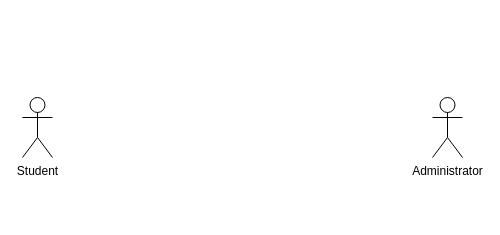
Before: figures/use-case.drawio in lukaskratzel/ba, a draw.io diagram. Source tidied: cells renumbered, new cells numbered last; positions are measured from the earlier drawing's top-left corner, leaving out a move shared by most shapes. Both pictures are drawn from the tidied source at 100%, with x=0, y=0 at pixel (22, 97).
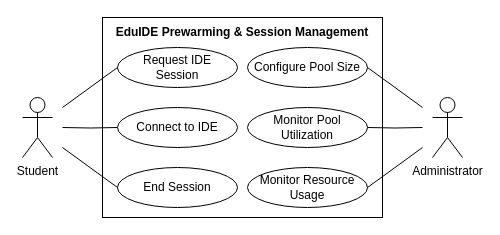
Above is the later version.

What changed in the source:
```diff
@@
+    <mxCell id="4" style="rounded=0;whiteSpace=wrap;html=1;" parent="1" vertex="1">
+      <mxGeometry x="80" y="-80" width="280" height="200" as="geometry" />
+    </mxCell>
+    <mxCell id="5" value="&lt;b&gt;EduIDE Prewarming &amp;amp; Session Management&lt;/b&gt;" style="text;html=1;whiteSpace=wrap;strokeColor=none;fillColor=none;align=center;verticalAlign=middle;rounded=0;" parent="1" vertex="1">
+      <mxGeometry x="80" y="-80" width="280" height="30" as="geometry" />
+    </mxCell>
+    <mxCell id="6" value="Request IDE&lt;div&gt;Session&lt;/div&gt;" style="ellipse;whiteSpace=wrap;html=1;" parent="1" vertex="1">
+      <mxGeometry x="95" y="-50" width="120" height="40" as="geometry" />
+    </mxCell>
+    <mxCell id="7" value="Connect to IDE" style="ellipse;whiteSpace=wrap;html=1;" parent="1" vertex="1">
+      <mxGeometry x="95" y="10" width="120" height="40" as="geometry" />
+    </mxCell>
+    <mxCell id="8" value="Configure Pool Size" style="ellipse;whiteSpace=wrap;html=1;" parent="1" vertex="1">
+      <mxGeometry x="225" y="-50" width="120" height="40" as="geometry" />
+    </mxCell>
+    <mxCell id="9" value="Monitor Resource&lt;div&gt;Usage&lt;/div&gt;" style="ellipse;whiteSpace=wrap;html=1;" parent="1" vertex="1">
+      <mxGeometry x="225" y="70" width="120" height="40" as="geometry" />
+    </mxCell>
+    <mxCell id="10" value="End Session" style="ellipse;whiteSpace=wrap;html=1;" parent="1" vertex="1">
+      <mxGeometry x="95" y="70" width="120" height="40" as="geometry" />
+    </mxCell>
+    <mxCell id="11" value="Monitor Pool Utilization" style="ellipse;whiteSpace=wrap;html=1;" parent="1" vertex="1">
+      <mxGeometry x="225" y="10" width="120" height="40" as="geometry" />
+    </mxCell>
+    <mxCell id="12" style="rounded=0;jettySize=auto;html=1;entryX=0;entryY=0.5;entryDx=0;entryDy=0;endArrow=none;endFill=0;" parent="1" edge="1" target="6">
+      <mxGeometry relative="1" as="geometry">
+        <mxPoint x="40" y="10" as="sourcePoint" />
+      </mxGeometry>
+    </mxCell>
+    <mxCell id="13" style="edgeStyle=orthogonalEdgeStyle;rounded=0;jettySize=auto;html=1;entryX=0;entryY=0.5;entryDx=0;entryDy=0;endArrow=none;endFill=0;" parent="1" edge="1" target="7">
+      <mxGeometry relative="1" as="geometry">
+        <mxPoint x="40" y="30" as="sourcePoint" />
+      </mxGeometry>
+    </mxCell>
+    <mxCell id="14" style="rounded=0;jettySize=auto;html=1;entryX=0;entryY=0.5;entryDx=0;entryDy=0;endArrow=none;endFill=0;" parent="1" edge="1" target="10">
+      <mxGeometry relative="1" as="geometry">
+        <mxPoint x="40" y="50" as="sourcePoint" />
+      </mxGeometry>
+    </mxCell>
+    <mxCell id="15" style="edgeStyle=orthogonalEdgeStyle;rounded=0;jettySize=auto;html=1;entryX=1;entryY=0.5;entryDx=0;entryDy=0;endArrow=none;endFill=0;" parent="1" edge="1" target="11">
+      <mxGeometry relative="1" as="geometry">
+        <mxPoint x="400" y="30" as="sourcePoint" />
+      </mxGeometry>
+    </mxCell>
+    <mxCell id="16" style="rounded=0;jettySize=auto;html=1;entryX=1;entryY=0.5;entryDx=0;entryDy=0;endArrow=none;endFill=0;" parent="1" edge="1" target="8">
+      <mxGeometry relative="1" as="geometry">
+        <mxPoint x="400" y="10" as="sourcePoint" />
+      </mxGeometry>
+    </mxCell>
+    <mxCell id="17" style="rounded=0;jettySize=auto;html=1;entryX=1;entryY=0.5;entryDx=0;entryDy=0;endArrow=none;endFill=0;" parent="1" edge="1" target="9">
+      <mxGeometry relative="1" as="geometry">
+        <mxPoint x="400" y="50" as="sourcePoint" />
+      </mxGeometry>
+    </mxCell>
```
